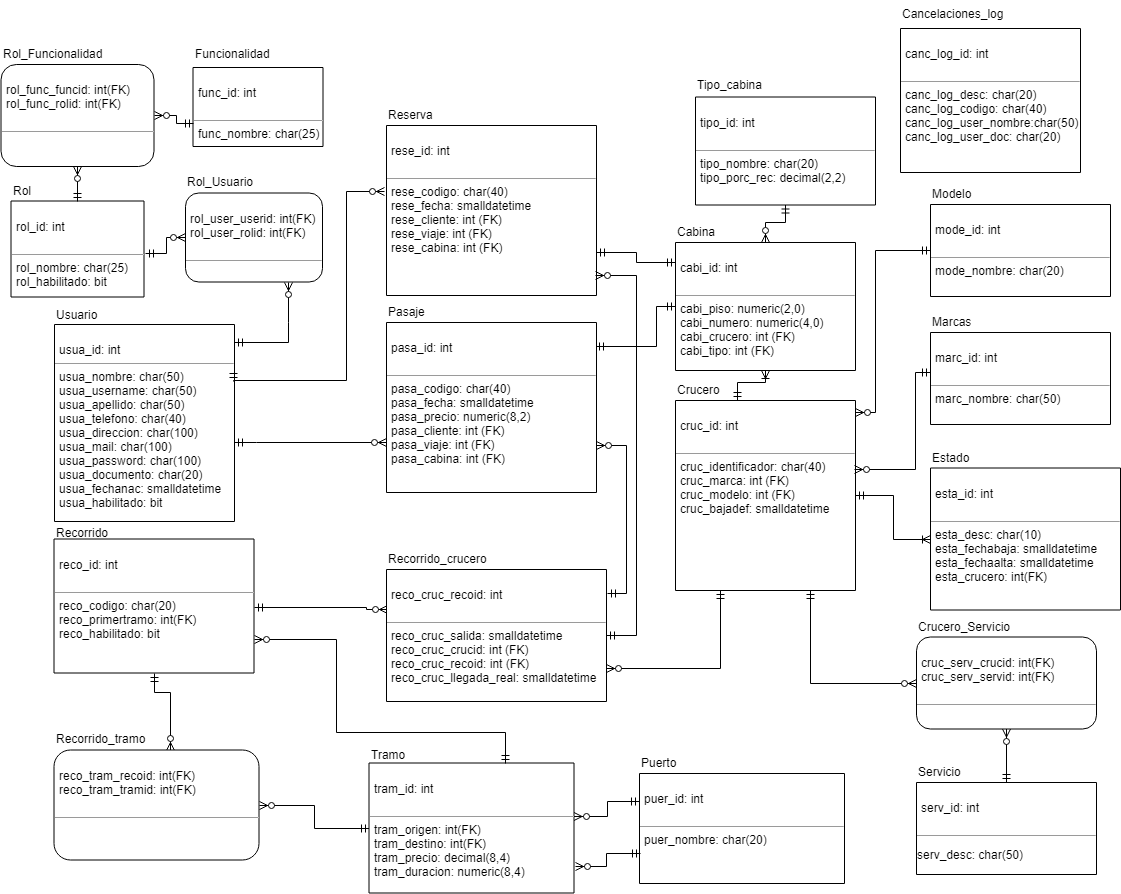
This is gdd tp.png from UliDePiero/GdD_1C2K19, a draw.io export, as it was before one commit. Source tidied: cells renumbered, new cells last; positions are measured from the earlier drawing's top-left corner, leaving out a move shared by most shapes.
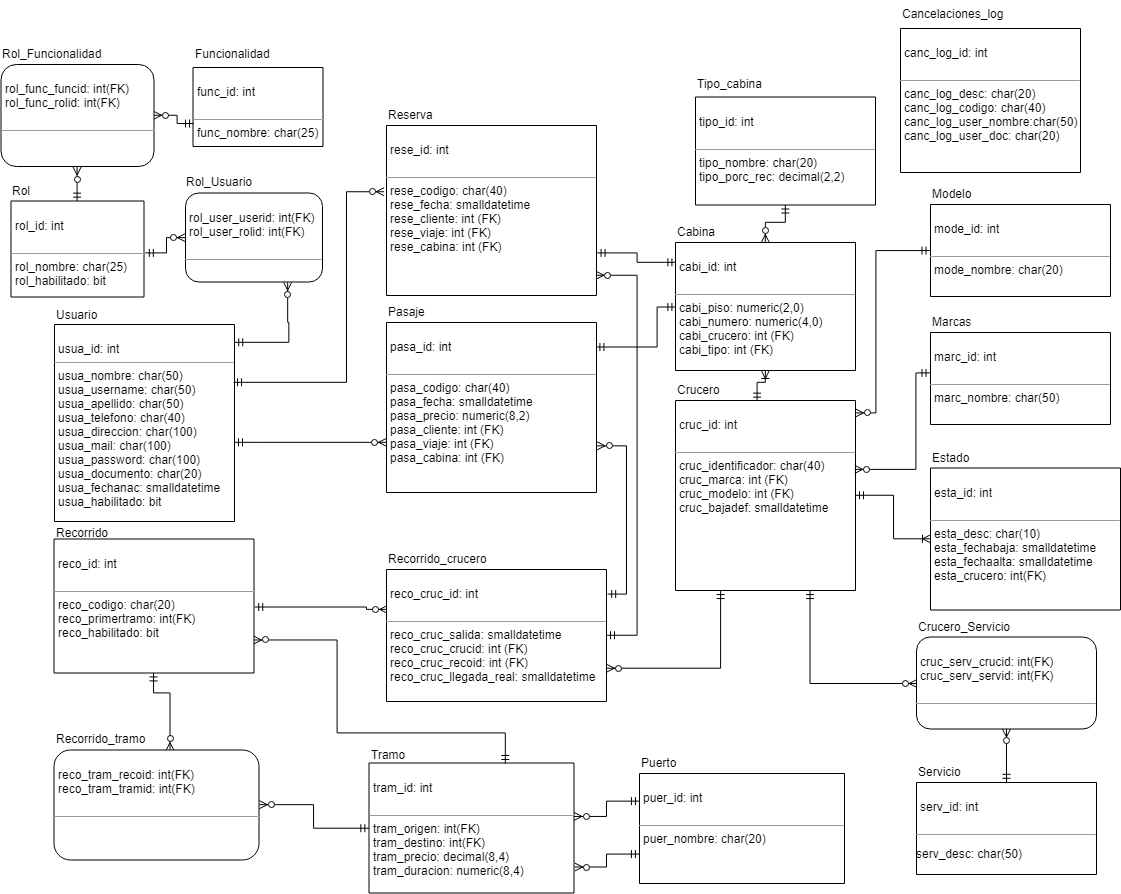
Above is the later version.

Diff of the diagram source:
```diff
@@ -14,7 +14,7 @@
       <mxGeometry relative="1" as="geometry">
         <Array as="points">
           <mxPoint x="166" y="237" />
-          <mxPoint x="166" y="253" />
+          <mxPoint x="166" y="252" />
         </Array>
       </mxGeometry>
     </mxCell>
@@ -38,10 +38,12 @@
     <mxCell id="8" value="Pasaje" style="text;html=1;align=left;verticalAlign=top;spacingTop=-4;" parent="1" vertex="1">
       <mxGeometry x="386" y="302" width="50" height="20" as="geometry" />
     </mxCell>
-    <mxCell id="9" style="edgeStyle=orthogonalEdgeStyle;rounded=0;jettySize=auto;html=1;startArrow=ERmandOne;startFill=0;endArrow=ERoneToMany;endFill=0;exitX=0.002;exitY=0.653;exitDx=0;exitDy=0;exitPerimeter=0;" parent="1" edge="1" source="12" target="15">
+    <mxCell id="9" style="edgeStyle=orthogonalEdgeStyle;rounded=0;jettySize=auto;html=1;startArrow=ERmandOne;startFill=0;endArrow=ERoneToMany;endFill=0;" parent="1" edge="1" target="15">
       <mxGeometry relative="1" as="geometry">
+        <mxPoint x="757" y="401" as="sourcePoint" />
         <Array as="points">
-          <mxPoint x="737" y="382" />
+          <mxPoint x="757" y="401" />
+          <mxPoint x="757" y="382" />
           <mxPoint x="765" y="382" />
         </Array>
       </mxGeometry>
@@ -82,7 +84,7 @@
     <mxCell id="19" style="edgeStyle=orthogonalEdgeStyle;rounded=0;jettySize=auto;html=1;startArrow=ERmandOne;startFill=0;endArrow=ERzeroToMany;endFill=1;entryX=0.433;entryY=1;entryDx=0;entryDy=0;entryPerimeter=0;exitX=0.5;exitY=0;exitDx=0;exitDy=0;" parent="1" edge="1" source="20" target="37">
       <mxGeometry relative="1" as="geometry">
         <Array as="points">
-          <mxPoint x="154" y="692" />
+          <mxPoint x="153" y="692" />
           <mxPoint x="170" y="692" />
         </Array>
       </mxGeometry>
@@ -117,7 +119,7 @@
     <mxCell id="27" value="Estado" style="text;html=1;align=left;verticalAlign=top;spacingTop=-4;" parent="1" vertex="1">
       <mxGeometry x="930" y="447.5" width="50" height="20" as="geometry" />
     </mxCell>
-    <mxCell id="28" value="&lt;p style=&quot;margin: 0px ; margin-top: 4px ; text-align: center&quot;&gt;&lt;br&gt;&lt;/p&gt;&lt;p style=&quot;margin: 0px ; margin-left: 4px&quot;&gt;&lt;span&gt;reco_cruc_recoid: int&lt;/span&gt;&lt;/p&gt;&lt;p style=&quot;margin: 0px ; margin-left: 4px&quot;&gt;&lt;br&gt;&lt;/p&gt;&lt;hr size=&quot;1&quot;&gt;&lt;p style=&quot;margin: 0px ; margin-left: 4px&quot;&gt;&lt;span&gt;reco_cruc_salida: smalldatetime&lt;/span&gt;&lt;br&gt;&lt;/p&gt;&lt;p style=&quot;margin: 0px ; margin-left: 4px&quot;&gt;reco_cruc_crucid: int (FK)&lt;br&gt;&lt;/p&gt;&lt;p style=&quot;margin: 0px ; margin-left: 4px&quot;&gt;reco_cruc_recoid: int (FK)&lt;br&gt;&lt;/p&gt;&lt;p style=&quot;margin: 0px ; margin-left: 4px&quot;&gt;&lt;span&gt;reco_cruc_llegada_real: smalldatetime&lt;/span&gt;&lt;br&gt;&lt;/p&gt;&lt;p style=&quot;margin: 0px ; margin-left: 4px&quot;&gt;&lt;br&gt;&lt;/p&gt;" style="verticalAlign=top;align=left;overflow=fill;fontSize=12;fontFamily=Helvetica;html=1;rounded=0;shadow=0;comic=0;labelBackgroundColor=none;strokeColor=#000000;strokeWidth=1;fillColor=#ffffff;direction=south;" parent="1" vertex="1">
+    <mxCell id="28" value="&lt;p style=&quot;margin: 0px ; margin-top: 4px ; text-align: center&quot;&gt;&lt;br&gt;&lt;/p&gt;&lt;p style=&quot;margin: 0px ; margin-left: 4px&quot;&gt;&lt;span&gt;reco_cruc_id: int&lt;/span&gt;&lt;/p&gt;&lt;p style=&quot;margin: 0px ; margin-left: 4px&quot;&gt;&lt;br&gt;&lt;/p&gt;&lt;hr size=&quot;1&quot;&gt;&lt;p style=&quot;margin: 0px ; margin-left: 4px&quot;&gt;&lt;span&gt;reco_cruc_salida: smalldatetime&lt;/span&gt;&lt;br&gt;&lt;/p&gt;&lt;p style=&quot;margin: 0px ; margin-left: 4px&quot;&gt;reco_cruc_crucid: int (FK)&lt;br&gt;&lt;/p&gt;&lt;p style=&quot;margin: 0px ; margin-left: 4px&quot;&gt;reco_cruc_recoid: int (FK)&lt;br&gt;&lt;/p&gt;&lt;p style=&quot;margin: 0px ; margin-left: 4px&quot;&gt;&lt;span&gt;reco_cruc_llegada_real: smalldatetime&lt;/span&gt;&lt;br&gt;&lt;/p&gt;&lt;p style=&quot;margin: 0px ; margin-left: 4px&quot;&gt;&lt;br&gt;&lt;/p&gt;" style="verticalAlign=top;align=left;overflow=fill;fontSize=12;fontFamily=Helvetica;html=1;rounded=0;shadow=0;comic=0;labelBackgroundColor=none;strokeColor=#000000;strokeWidth=1;fillColor=#ffffff;direction=south;" parent="1" vertex="1">
       <mxGeometry x="386" y="569" width="220" height="132" as="geometry" />
     </mxCell>
     <mxCell id="29" style="endArrow=ERzeroToMany;html=1;endFill=1;startArrow=ERmandOne;startFill=0;edgeStyle=orthogonalEdgeStyle;strokeColor=#000000;rounded=0;entryX=0.75;entryY=0;entryDx=0;entryDy=0;exitX=1;exitY=0.75;exitDx=0;exitDy=0;" parent="1" edge="1" source="12" target="28">
@@ -273,7 +275,7 @@
     <mxCell id="65" style="edgeStyle=orthogonalEdgeStyle;rounded=0;jettySize=auto;html=1;endArrow=ERzeroToMany;endFill=1;startArrow=ERmandOne;startFill=0;entryX=0.387;entryY=1.01;entryDx=0;entryDy=0;entryPerimeter=0;exitX=0.291;exitY=0.003;exitDx=0;exitDy=0;exitPerimeter=0;" parent="1" edge="1" source="4" target="63">
       <mxGeometry relative="1" as="geometry">
         <Array as="points">
-          <mxPoint x="346" y="380" />
+          <mxPoint x="346" y="382" />
           <mxPoint x="346" y="191" />
         </Array>
       </mxGeometry>
```
